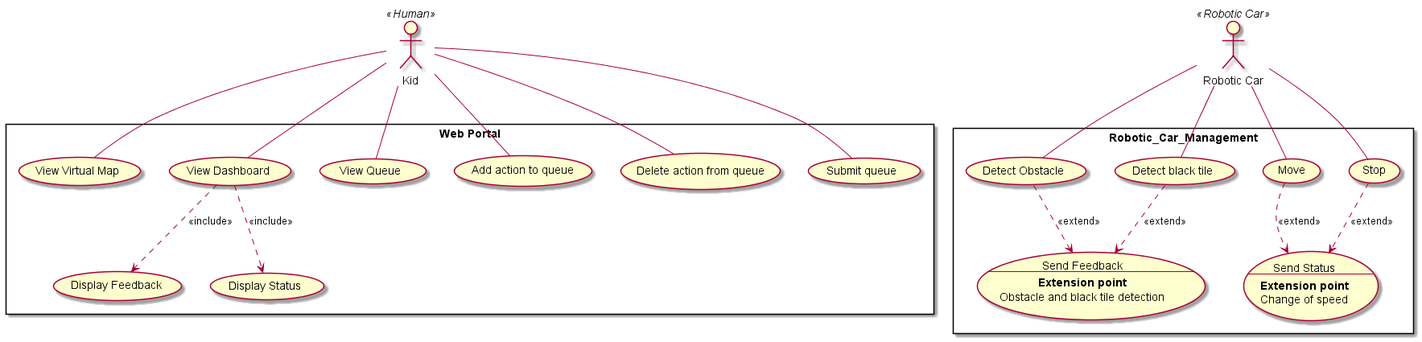
This is Docs/Use Case Diagram/Web Portal/Project Use-Case-Diagram.png from DanielFYJ/2101-2201-Project, a PlantUML export, as it was before one commit.
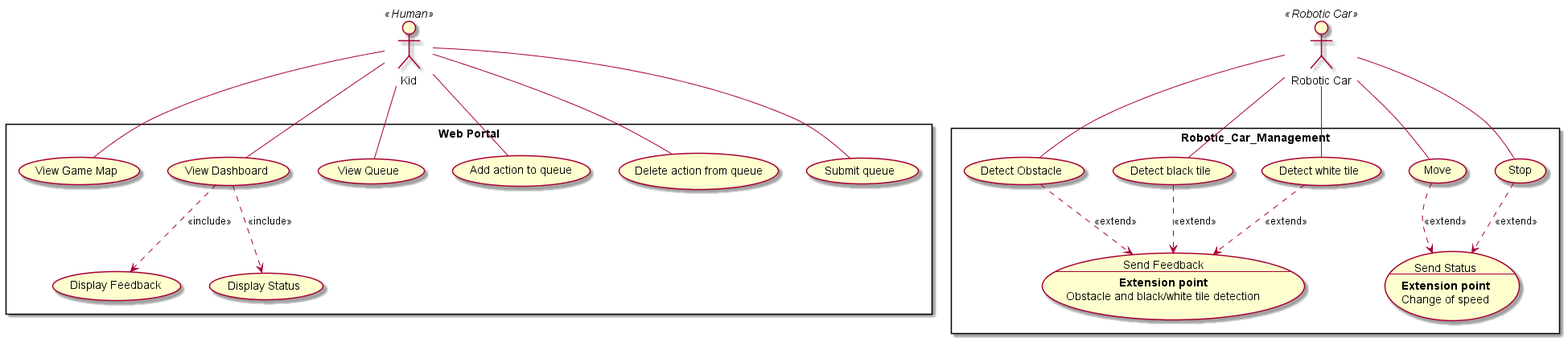
After the commit.

Commit message:
update Use Case Diagram Image

Diff of the diagram source:
```diff
@@ -4,7 +4,7 @@
 
 rectangle "Web Portal" {
     usecase "Display Feedback" as UC2
-    usecase "View Virtual Map" as UC3
+    usecase "View Game Map" as UC3
     usecase "View Dashboard" as UC4
     usecase "Display Status" as UC23
     usecase "View Queue" as UC5
@@ -16,9 +16,11 @@
 rectangle "Robotic_Car_Management" {
     usecase UC16 as "Detect Obstacle"
     usecase UC20 as "Detect black tile"
+    usecase UC21 as "Detect white tile"
+
     usecase UC22 as "Send Feedback
     --
-    **Extension point**\nObstacle and black tile detection"
+    **Extension point**\nObstacle and black/white tile detection"
     usecase UC24 as "Send Status
     --
     **Extension point**\nChange of speed"
@@ -37,11 +39,13 @@
 
     Car -- UC16
     Car -- UC20
+    Car -- UC21
     Car -- MV
     Car -- UC19
 
     UC16 ..> UC22 : <<extend>>
     UC20 ..> UC22 : <<extend>>
+    UC21 ..> UC22 : <<extend>>
     MV ..> UC24 : <<extend>>
     UC19 ..> UC24 : <<extend>>
     UC4 ..> UC2 : <<include>>
```
